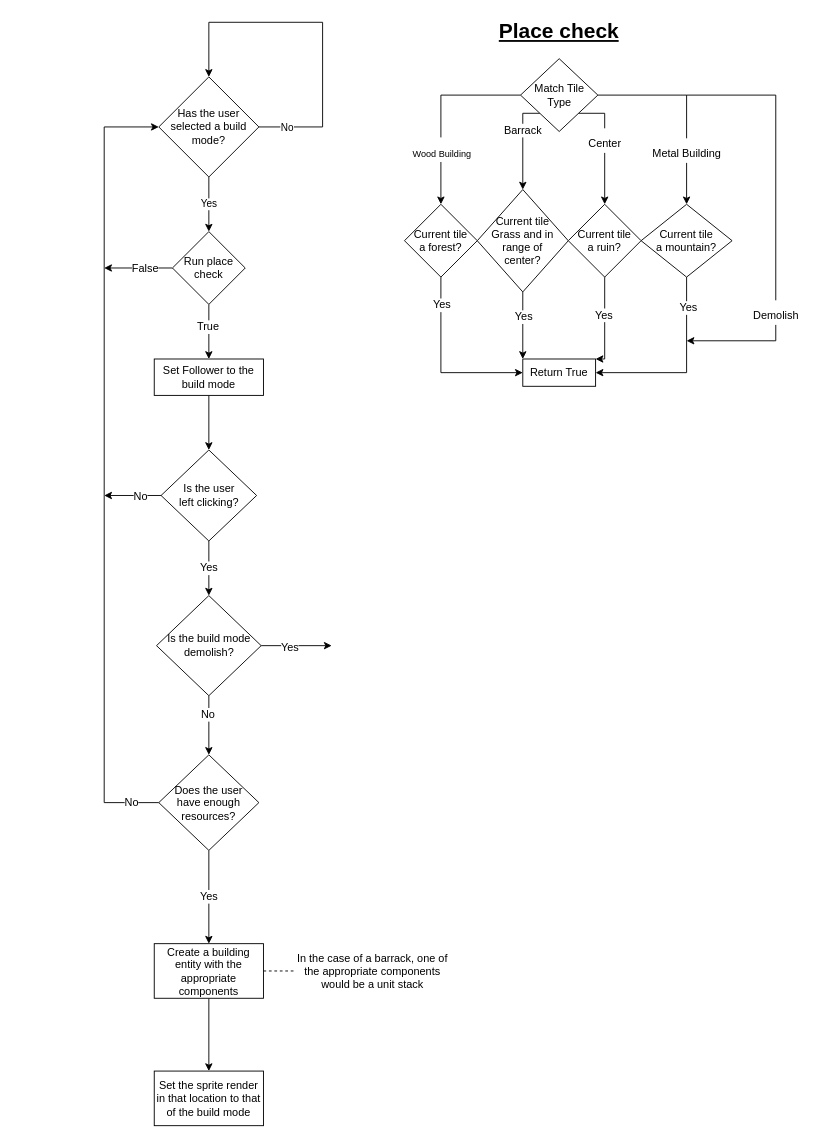
Before: draw.io/Sheet.drawio in bezmuth/civ-like-a, a draw.io diagram. Source tidied: cells renumbered, new cells numbered last; positions are measured from the earlier drawing's top-left corner, leaving out a move shared by most shapes. Both pictures are drawn from the tidied source at 91%, with x=0, y=0 at pixel (104, 22).
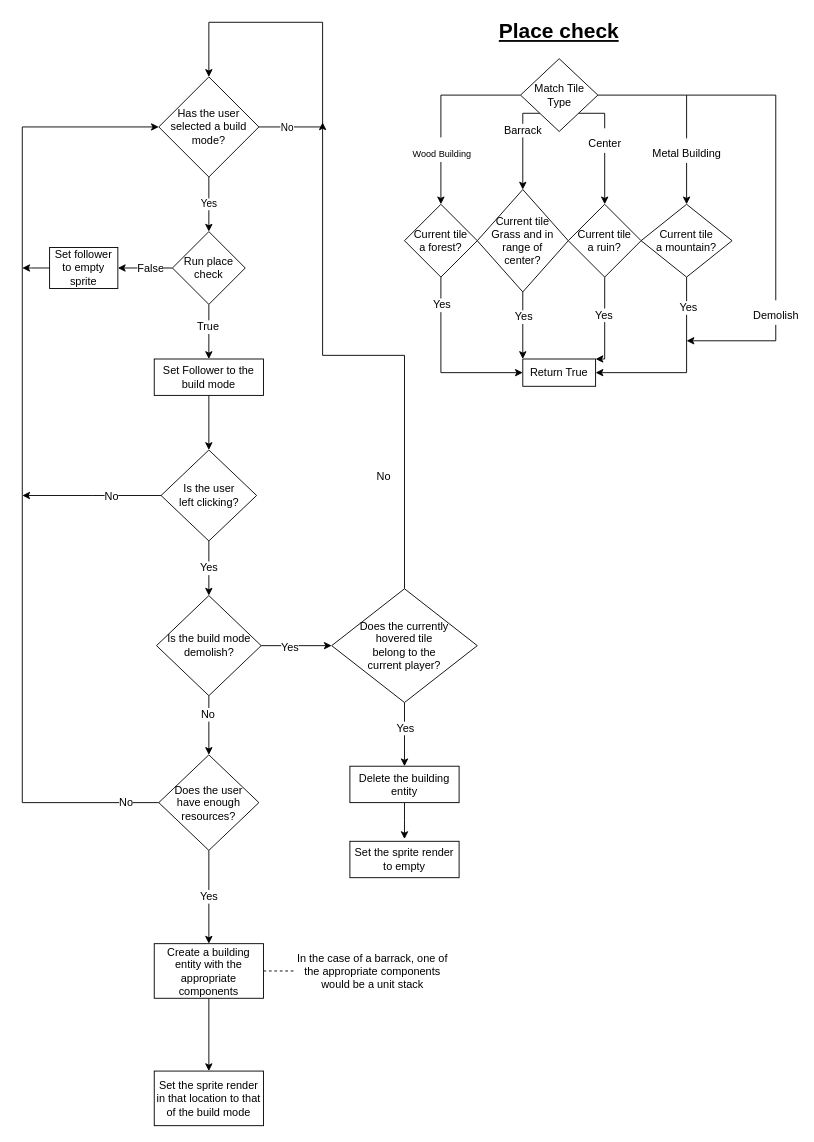
The same page after the edit.

Unchanged cells that the change refers to:
```xml
<mxCell id="5" value="Has the user selected a build mode?" style="rhombus;whiteSpace=wrap;html=1;" parent="1" vertex="1">
  <mxGeometry x="60" y="60" width="110" height="110" as="geometry" />
</mxCell>
<mxCell id="30" value="Run place check" style="rhombus;whiteSpace=wrap;html=1;" parent="1" vertex="1">
  <mxGeometry x="75" y="230" width="80" height="80" as="geometry" />
</mxCell>
<mxCell id="36" value="&lt;div&gt;Is the user &lt;br&gt;&lt;/div&gt;&lt;div&gt;left clicking?&lt;/div&gt;" style="rhombus;whiteSpace=wrap;html=1;" parent="1" vertex="1">
  <mxGeometry x="62.5" y="470" width="105" height="100" as="geometry" />
</mxCell>
<mxCell id="41" value="Is the build mode demolish?" style="rhombus;whiteSpace=wrap;html=1;" parent="1" vertex="1">
  <mxGeometry x="57.5" y="630" width="115" height="110" as="geometry" />
</mxCell>
<mxCell id="44" value="&lt;div&gt;Does the user &lt;br&gt;&lt;/div&gt;&lt;div&gt;have enough resources?&lt;/div&gt;" style="rhombus;whiteSpace=wrap;html=1;" parent="1" vertex="1">
  <mxGeometry x="60" y="805" width="110" height="105" as="geometry" />
</mxCell>
```

What changed in the source:
```diff
@@
-    <mxCell id="28" style="edgeStyle=orthogonalEdgeStyle;rounded=0;jettySize=auto;html=1;fontSize=12;exitX=0;exitY=0.5;exitDx=0;exitDy=0;" parent="1" edge="1" source="30">
-      <mxGeometry relative="1" as="geometry">
-        <mxPoint y="270" as="targetPoint" />
-      </mxGeometry>
+    <mxCell id="28" style="edgeStyle=orthogonalEdgeStyle;rounded=0;jettySize=auto;html=1;fontSize=12;exitX=0;exitY=0.5;exitDx=0;exitDy=0;" parent="1" edge="1" source="30" target="60">
+      <mxGeometry relative="1" as="geometry" />
     </mxCell>
@@
     <mxCell id="34" style="edgeStyle=orthogonalEdgeStyle;rounded=0;jettySize=auto;html=1;fontSize=12;" parent="1" edge="1" source="36">
       <mxGeometry relative="1" as="geometry">
-        <mxPoint y="520" as="targetPoint" />
+        <mxPoint x="-90" y="520" as="targetPoint" />
       </mxGeometry>
     </mxCell>
@@
-    <mxCell id="37" style="edgeStyle=orthogonalEdgeStyle;rounded=0;jettySize=auto;html=1;fontSize=12;" parent="1" edge="1" source="41">
-      <mxGeometry relative="1" as="geometry">
-        <mxPoint x="250" y="685" as="targetPoint" />
-      </mxGeometry>
+    <mxCell id="37" style="edgeStyle=orthogonalEdgeStyle;rounded=0;jettySize=auto;html=1;fontSize=12;" parent="1" edge="1" source="41" target="55">
+      <mxGeometry relative="1" as="geometry" />
     </mxCell>
@@
     <mxCell id="42" value="No" style="edgeStyle=orthogonalEdgeStyle;rounded=0;jettySize=auto;html=1;exitX=0;exitY=0.5;exitDx=0;exitDy=0;fontSize=12;" parent="1" edge="1" source="44" target="5">
       <mxGeometry x="-0.93" relative="1" as="geometry">
         <Array as="points">
-          <mxPoint y="858" />
-          <mxPoint y="115" />
+          <mxPoint x="-90" y="858" />
+          <mxPoint x="-90" y="115" />
         </Array>
       </mxGeometry>
     </mxCell>
@@
+    <mxCell id="51" style="edgeStyle=orthogonalEdgeStyle;rounded=0;jettySize=auto;html=1;fontSize=12;" parent="1" edge="1" source="55" target="57">
+      <mxGeometry relative="1" as="geometry" />
+    </mxCell>
+    <mxCell id="52" value="Yes" style="edgeLabel;html=1;align=center;verticalAlign=middle;fontSize=12;" parent="51" vertex="1">
+      <mxGeometry x="-0.2" relative="1" as="geometry" />
+    </mxCell>
+    <mxCell id="53" style="edgeStyle=orthogonalEdgeStyle;rounded=0;jettySize=auto;html=1;fontSize=12;" parent="1" edge="1" source="55">
+      <mxGeometry relative="1" as="geometry">
+        <mxPoint x="240" y="110" as="targetPoint" />
+        <Array as="points">
+          <mxPoint x="330" y="685" />
+          <mxPoint x="330" y="366" />
+          <mxPoint x="240" y="366" />
+        </Array>
+      </mxGeometry>
+    </mxCell>
+    <mxCell id="54" value="No" style="edgeLabel;html=1;align=center;verticalAlign=middle;fontSize=12;" parent="53" vertex="1">
+      <mxGeometry x="-0.07" relative="1" as="geometry">
+        <mxPoint y="132.5" as="offset" />
+      </mxGeometry>
+    </mxCell>
+    <mxCell id="55" value="&lt;div&gt;Does the currently &lt;br&gt;&lt;/div&gt;&lt;div&gt;hovered tile &lt;br&gt;&lt;/div&gt;&lt;div&gt;belong to the &lt;br&gt;&lt;/div&gt;&lt;div&gt;current player?&lt;/div&gt;" style="rhombus;whiteSpace=wrap;html=1;" parent="1" vertex="1">
+      <mxGeometry x="250" y="622.5" width="160" height="125" as="geometry" />
+    </mxCell>
+    <mxCell id="56" style="edgeStyle=orthogonalEdgeStyle;rounded=0;jettySize=auto;html=1;fontSize=12;" parent="1" edge="1" source="57">
+      <mxGeometry relative="1" as="geometry">
+        <mxPoint x="330" y="897.5" as="targetPoint" />
+      </mxGeometry>
+    </mxCell>
+    <mxCell id="57" value="Delete the building entity" style="whiteSpace=wrap;html=1;" parent="1" vertex="1">
+      <mxGeometry x="270" y="817.5" width="120" height="40" as="geometry" />
+    </mxCell>
+    <mxCell id="58" value="Set the sprite render to empty" style="whiteSpace=wrap;html=1;" parent="1" vertex="1">
+      <mxGeometry x="270" y="900" width="120" height="40" as="geometry" />
+    </mxCell>
+    <mxCell id="59" style="edgeStyle=orthogonalEdgeStyle;rounded=0;jettySize=auto;html=1;fontSize=12;" parent="1" edge="1" source="60">
+      <mxGeometry relative="1" as="geometry">
+        <mxPoint x="-90" y="270" as="targetPoint" />
+      </mxGeometry>
+    </mxCell>
+    <mxCell id="60" value="Set follower to empty sprite" style="rounded=0;whiteSpace=wrap;html=1;" parent="1" vertex="1">
+      <mxGeometry x="-60" y="247.5" width="75" height="45" as="geometry" />
+    </mxCell>
```
